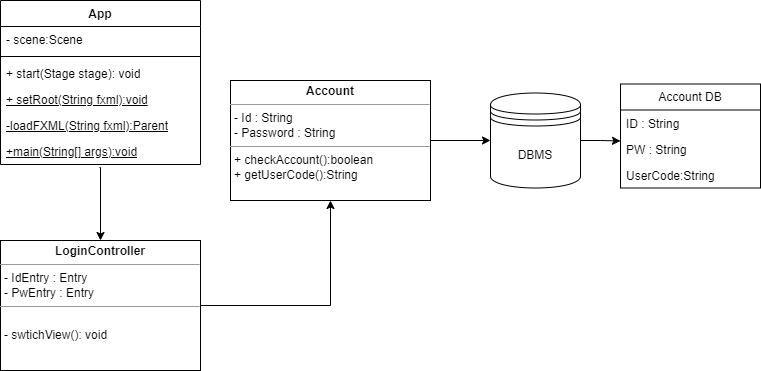
This is login_diagram.png from Sadturtleman/admissionbook, a draw.io export, as it was before one commit. Source tidied: cells renumbered, new cells last; positions are measured from the earlier drawing's top-left corner, leaving out a move shared by most shapes.
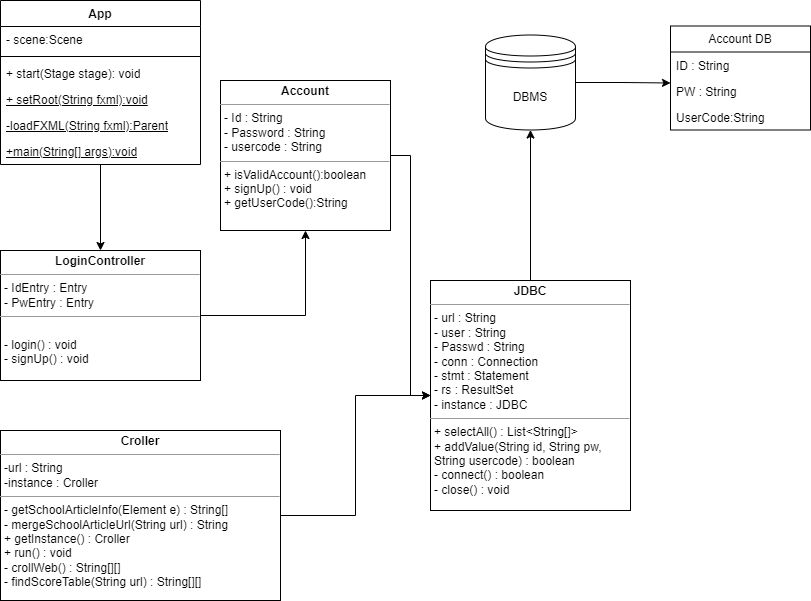
The same diagram one commit later.

Change to the diagram source:
```diff
@@ -2,8 +2,11 @@
   <root>
     <mxCell id="0" />
     <mxCell id="1" parent="0" />
+    <mxCell id="20" style="edgeStyle=orthogonalEdgeStyle;rounded=0;jettySize=auto;html=1;entryX=0.5;entryY=0;entryDx=0;entryDy=0;" parent="1" edge="1" source="2" target="10">
+      <mxGeometry relative="1" as="geometry" />
+    </mxCell>
     <mxCell id="2" value="App" style="swimlane;fontStyle=1;align=center;verticalAlign=top;horizontal=1;startSize=26;whiteSpace=wrap;html=1;" parent="1" vertex="1">
-      <mxGeometry width="200" height="164" as="geometry" />
+      <mxGeometry x="-40" y="-40" width="200" height="164" as="geometry" />
     </mxCell>
     <mxCell id="3" value="- scene:Scene&amp;nbsp;" style="text;strokeColor=none;fillColor=none;align=left;verticalAlign=top;spacingLeft=4;spacingRight=4;overflow=hidden;whiteSpace=wrap;html=1;" parent="2" vertex="1">
       <mxGeometry y="26" width="200" height="26" as="geometry" />
@@ -26,21 +29,17 @@
     <mxCell id="9" style="edgeStyle=orthogonalEdgeStyle;rounded=0;jettySize=auto;html=1;exitX=1;exitY=0.5;exitDx=0;exitDy=0;entryX=0.5;entryY=1;entryDx=0;entryDy=0;" parent="1" edge="1" source="10" target="12">
       <mxGeometry relative="1" as="geometry" />
     </mxCell>
-    <mxCell id="10" value="&lt;p style=&quot;margin:0px;margin-top:4px;text-align:center;&quot;&gt;&lt;b&gt;LoginController&lt;/b&gt;&lt;/p&gt;&lt;hr size=&quot;1&quot;&gt;&lt;p style=&quot;margin:0px;margin-left:4px;&quot;&gt;- IdEntry : Entry&lt;/p&gt;&lt;p style=&quot;margin:0px;margin-left:4px;&quot;&gt;- PwEntry : Entry&lt;/p&gt;&lt;hr size=&quot;1&quot;&gt;&lt;p style=&quot;margin:0px;margin-left:4px;&quot;&gt;&lt;br&gt;&lt;/p&gt;&lt;p style=&quot;margin:0px;margin-left:4px;&quot;&gt;- swtichView(): void&lt;/p&gt;&lt;p style=&quot;margin:0px;margin-left:4px;&quot;&gt;&lt;br&gt;&lt;/p&gt;" style="verticalAlign=top;align=left;overflow=fill;fontSize=12;fontFamily=Helvetica;html=1;whiteSpace=wrap;" parent="1" vertex="1">
-      <mxGeometry y="240" width="200" height="130" as="geometry" />
+    <mxCell id="10" value="&lt;p style=&quot;margin:0px;margin-top:4px;text-align:center;&quot;&gt;&lt;b&gt;LoginController&lt;/b&gt;&lt;/p&gt;&lt;hr size=&quot;1&quot;&gt;&lt;p style=&quot;margin:0px;margin-left:4px;&quot;&gt;- IdEntry : Entry&lt;/p&gt;&lt;p style=&quot;margin:0px;margin-left:4px;&quot;&gt;- PwEntry : Entry&lt;/p&gt;&lt;hr size=&quot;1&quot;&gt;&lt;p style=&quot;margin:0px;margin-left:4px;&quot;&gt;&lt;br&gt;&lt;/p&gt;&lt;p style=&quot;margin:0px;margin-left:4px;&quot;&gt;&lt;span style=&quot;background-color: initial;&quot;&gt;- login() : void&lt;/span&gt;&lt;br&gt;&lt;/p&gt;&lt;p style=&quot;margin:0px;margin-left:4px;&quot;&gt;&lt;span style=&quot;background-color: initial;&quot;&gt;- signUp() : void&lt;/span&gt;&lt;/p&gt;" style="verticalAlign=top;align=left;overflow=fill;fontSize=12;fontFamily=Helvetica;html=1;whiteSpace=wrap;" parent="1" vertex="1">
+      <mxGeometry x="-40" y="210" width="200" height="130" as="geometry" />
     </mxCell>
-    <mxCell id="11" style="edgeStyle=orthogonalEdgeStyle;rounded=0;jettySize=auto;html=1;exitX=0.495;exitY=1.115;exitDx=0;exitDy=0;entryX=0.5;entryY=0;entryDx=0;entryDy=0;exitPerimeter=0;" parent="1" edge="1" source="8" target="10">
-      <mxGeometry relative="1" as="geometry">
-        <Array as="points">
-          <mxPoint x="100" y="167" />
-        </Array>
-      </mxGeometry>
-    </mxCell>
+    <mxCell id="21" style="edgeStyle=orthogonalEdgeStyle;rounded=0;jettySize=auto;html=1;exitX=1;exitY=0.5;exitDx=0;exitDy=0;entryX=0;entryY=0.5;entryDx=0;entryDy=0;" parent="1" edge="1" source="12" target="25">
+      <mxGeometry relative="1" as="geometry" />
+    </mxCell>
-    <mxCell id="12" value="&lt;p style=&quot;margin:0px;margin-top:4px;text-align:center;&quot;&gt;&lt;b&gt;Account&lt;/b&gt;&lt;/p&gt;&lt;hr size=&quot;1&quot;&gt;&lt;p style=&quot;margin:0px;margin-left:4px;&quot;&gt;- Id : String&lt;/p&gt;&lt;p style=&quot;margin:0px;margin-left:4px;&quot;&gt;- Password : String&lt;/p&gt;&lt;hr size=&quot;1&quot;&gt;&lt;p style=&quot;margin:0px;margin-left:4px;&quot;&gt;+ checkAccount():boolean&lt;/p&gt;&lt;p style=&quot;margin:0px;margin-left:4px;&quot;&gt;+ getUserCode():String&lt;/p&gt;" style="verticalAlign=top;align=left;overflow=fill;fontSize=12;fontFamily=Helvetica;html=1;whiteSpace=wrap;" parent="1" vertex="1">
-      <mxGeometry x="230" y="80" width="200" height="120" as="geometry" />
+    <mxCell id="12" value="&lt;p style=&quot;margin:0px;margin-top:4px;text-align:center;&quot;&gt;&lt;b&gt;Account&lt;/b&gt;&lt;/p&gt;&lt;hr size=&quot;1&quot;&gt;&lt;p style=&quot;margin:0px;margin-left:4px;&quot;&gt;- Id : String&lt;/p&gt;&lt;p style=&quot;margin:0px;margin-left:4px;&quot;&gt;- Password : String&lt;/p&gt;&lt;p style=&quot;margin:0px;margin-left:4px;&quot;&gt;- usercode : String&lt;/p&gt;&lt;hr size=&quot;1&quot;&gt;&lt;p style=&quot;margin:0px;margin-left:4px;&quot;&gt;+ isValidAccount():boolean&lt;/p&gt;&lt;p style=&quot;margin:0px;margin-left:4px;&quot;&gt;+ signUp() : void&lt;/p&gt;&lt;p style=&quot;margin:0px;margin-left:4px;&quot;&gt;+ getUserCode():String&lt;/p&gt;&lt;p style=&quot;margin:0px;margin-left:4px;&quot;&gt;&lt;br&gt;&lt;/p&gt;" style="verticalAlign=top;align=left;overflow=fill;fontSize=12;fontFamily=Helvetica;html=1;whiteSpace=wrap;" parent="1" vertex="1">
+      <mxGeometry x="180" y="40" width="170" height="150" as="geometry" />
     </mxCell>
     <mxCell id="13" value="Account DB" style="swimlane;fontStyle=0;horizontal=1;startSize=26;fillColor=none;whiteSpace=wrap;html=1;" parent="1" vertex="1">
-      <mxGeometry x="620" y="83.5" width="140" height="104" as="geometry" />
+      <mxGeometry x="630" y="-14.5" width="140" height="104" as="geometry" />
     </mxCell>
     <mxCell id="14" value="ID : String" style="text;strokeColor=none;fillColor=none;align=left;verticalAlign=top;spacingLeft=4;spacingRight=4;overflow=hidden;whiteSpace=wrap;html=1;" parent="13" vertex="1">
       <mxGeometry y="26" width="140" height="26" as="geometry" />
@@ -51,14 +50,23 @@
     <mxCell id="16" value="UserCode:String" style="text;strokeColor=none;fillColor=none;align=left;verticalAlign=top;spacingLeft=4;spacingRight=4;overflow=hidden;whiteSpace=wrap;html=1;" parent="13" vertex="1">
       <mxGeometry y="78" width="140" height="26" as="geometry" />
     </mxCell>
-    <mxCell id="17" style="edgeStyle=orthogonalEdgeStyle;rounded=0;jettySize=auto;html=1;entryX=0;entryY=0.5;entryDx=0;entryDy=0;" parent="1" edge="1" source="12" target="18">
-      <mxGeometry relative="1" as="geometry" />
-    </mxCell>
     <mxCell id="18" value="DBMS" style="shape=datastore;whiteSpace=wrap;html=1;" parent="1" vertex="1">
-      <mxGeometry x="490" y="92.5" width="90" height="95" as="geometry" />
+      <mxGeometry x="445" y="-5.5" width="90" height="95" as="geometry" />
     </mxCell>
     <mxCell id="19" style="edgeStyle=orthogonalEdgeStyle;rounded=0;jettySize=auto;html=1;exitX=1;exitY=0.5;exitDx=0;exitDy=0;entryX=0;entryY=0.192;entryDx=0;entryDy=0;entryPerimeter=0;" parent="1" edge="1" source="18" target="15">
       <mxGeometry relative="1" as="geometry" />
     </mxCell>
+    <mxCell id="22" style="edgeStyle=orthogonalEdgeStyle;rounded=0;jettySize=auto;html=1;exitX=1;exitY=0.5;exitDx=0;exitDy=0;entryX=0;entryY=0.5;entryDx=0;entryDy=0;" parent="1" edge="1" source="23" target="25">
+      <mxGeometry relative="1" as="geometry" />
+    </mxCell>
+    <mxCell id="23" value="&lt;p style=&quot;margin:0px;margin-top:4px;text-align:center;&quot;&gt;&lt;b&gt;Croller&lt;/b&gt;&lt;/p&gt;&lt;hr size=&quot;1&quot;&gt;&lt;p style=&quot;margin:0px;margin-left:4px;&quot;&gt;-url : String&lt;/p&gt;&lt;p style=&quot;margin:0px;margin-left:4px;&quot;&gt;-instance : Croller&lt;/p&gt;&lt;hr size=&quot;1&quot;&gt;&lt;p style=&quot;margin:0px;margin-left:4px;&quot;&gt;- getSchoolArticleInfo(Element e) : String[]&lt;/p&gt;&lt;p style=&quot;margin:0px;margin-left:4px;&quot;&gt;- mergeSchoolArticleUrl(String url) : String&lt;/p&gt;&lt;p style=&quot;margin:0px;margin-left:4px;&quot;&gt;+ getInstance() : Croller&lt;/p&gt;&lt;p style=&quot;margin:0px;margin-left:4px;&quot;&gt;+ run() : void&lt;/p&gt;&lt;p style=&quot;margin:0px;margin-left:4px;&quot;&gt;- crollWeb() : String[][]&lt;/p&gt;&lt;p style=&quot;margin:0px;margin-left:4px;&quot;&gt;- findScoreTable(String url) : String[][]&lt;/p&gt;" style="verticalAlign=top;align=left;overflow=fill;fontSize=12;fontFamily=Helvetica;html=1;whiteSpace=wrap;" parent="1" vertex="1">
+      <mxGeometry x="-40" y="390" width="280" height="170" as="geometry" />
+    </mxCell>
+    <mxCell id="24" style="edgeStyle=orthogonalEdgeStyle;rounded=0;jettySize=auto;html=1;exitX=0.5;exitY=0;exitDx=0;exitDy=0;entryX=0.5;entryY=1;entryDx=0;entryDy=0;" parent="1" edge="1" source="25" target="18">
+      <mxGeometry relative="1" as="geometry" />
+    </mxCell>
+    <mxCell id="25" value="&lt;p style=&quot;margin:0px;margin-top:4px;text-align:center;&quot;&gt;&lt;b&gt;JDBC&lt;/b&gt;&lt;/p&gt;&lt;hr size=&quot;1&quot;&gt;&lt;p style=&quot;margin:0px;margin-left:4px;&quot;&gt;- url : String&lt;/p&gt;&lt;p style=&quot;margin:0px;margin-left:4px;&quot;&gt;- user : String&lt;/p&gt;&lt;p style=&quot;margin:0px;margin-left:4px;&quot;&gt;- Passwd : String&lt;/p&gt;&lt;p style=&quot;margin:0px;margin-left:4px;&quot;&gt;- conn : Connection&lt;/p&gt;&lt;p style=&quot;margin:0px;margin-left:4px;&quot;&gt;- stmt : Statement&lt;/p&gt;&lt;p style=&quot;margin:0px;margin-left:4px;&quot;&gt;- rs : ResultSet&lt;/p&gt;&lt;p style=&quot;margin:0px;margin-left:4px;&quot;&gt;- instance : JDBC&lt;/p&gt;&lt;hr size=&quot;1&quot;&gt;&lt;p style=&quot;margin:0px;margin-left:4px;&quot;&gt;+ selectAll() : List&amp;lt;String[]&amp;gt;&lt;/p&gt;&lt;p style=&quot;margin:0px;margin-left:4px;&quot;&gt;+ addValue(String id, String pw, String usercode) : boolean&lt;/p&gt;&lt;p style=&quot;margin:0px;margin-left:4px;&quot;&gt;- connect() : boolean&lt;/p&gt;&lt;p style=&quot;margin:0px;margin-left:4px;&quot;&gt;- close() : void&lt;/p&gt;&lt;p style=&quot;margin:0px;margin-left:4px;&quot;&gt;&lt;br&gt;&lt;/p&gt;" style="verticalAlign=top;align=left;overflow=fill;fontSize=12;fontFamily=Helvetica;html=1;whiteSpace=wrap;" parent="1" vertex="1">
+      <mxGeometry x="390" y="240" width="200" height="230" as="geometry" />
+    </mxCell>
   </root>
 </mxGraphModel>
```
